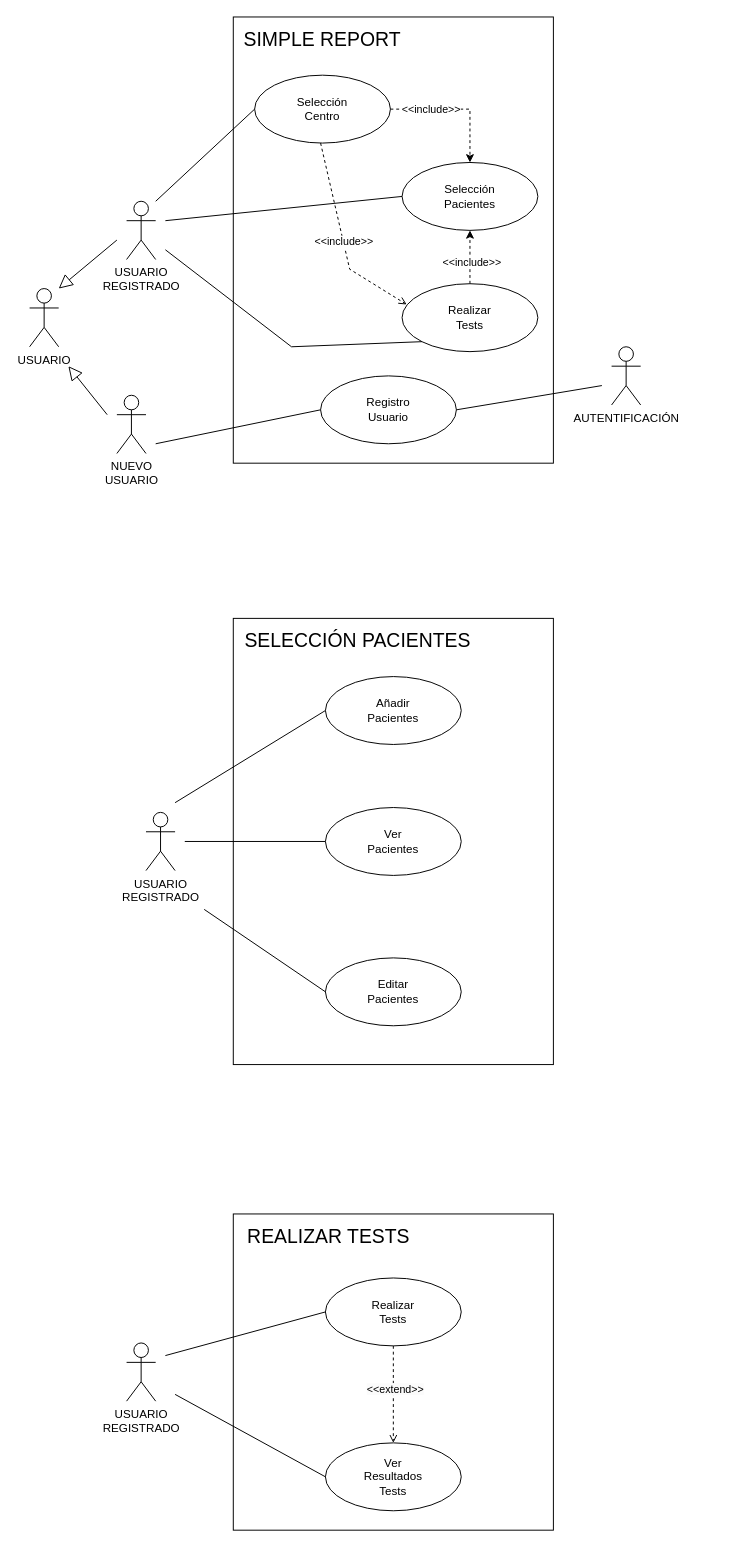
Earlier version of the draw.io diagram page "Página-1" (1 of 2) of Vista de Escenarios.drawio (pardo-13/AISS-Proyecto-Arquitectura). Source tidied: cells renumbered, new cells numbered last; positions are measured from the earlier drawing's top-left corner, leaving out a move shared by most shapes. Both pictures are drawn from the tidied source at 97%, with x=0, y=0 at pixel (29, 16).
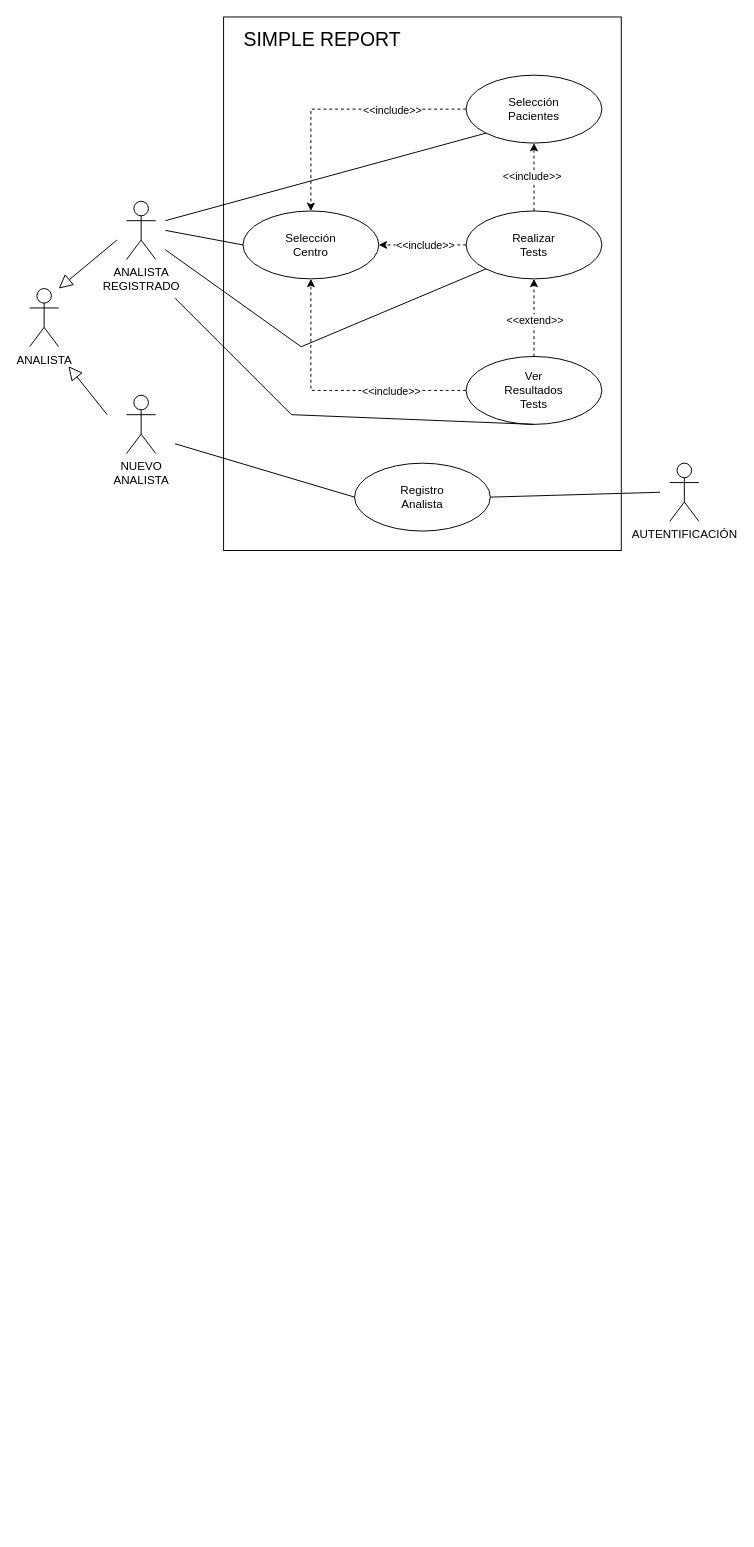
Above is the later version.

Unchanged cells that the change refers to:
```xml
<mxCell id="15" style="edgeStyle=orthogonalEdgeStyle;rounded=0;jettySize=auto;html=1;entryX=0.5;entryY=1;entryDx=0;entryDy=0;dashed=1;" parent="1" edge="1" source="17" target="14">
  <mxGeometry relative="1" as="geometry" />
</mxCell>
```

Diff of the diagram source:
```diff
@@
-    <mxCell id="2" value="USUARIO" style="shape=umlActor;html=1;verticalLabelPosition=bottom;verticalAlign=top;align=center;" parent="1" vertex="1">
+    <mxCell id="2" value="ANALISTA" style="shape=umlActor;html=1;verticalLabelPosition=bottom;verticalAlign=top;align=center;" parent="1" vertex="1">
       <mxGeometry y="280" width="30" height="60" as="geometry" />
     </mxCell>
     <mxCell id="3" style="rounded=0;whiteSpace=wrap;html=1;" parent="1" vertex="1">
-      <mxGeometry x="210" width="330" height="460" as="geometry" />
+      <mxGeometry x="200" width="410" height="550" as="geometry" />
     </mxCell>
@@
-    <mxCell id="6" value="USUARIO&lt;div&gt;REGISTRADO&lt;/div&gt;" style="shape=umlActor;html=1;verticalLabelPosition=bottom;verticalAlign=top;align=center;" parent="1" vertex="1">
+    <mxCell id="6" value="ANALISTA&lt;div&gt;REGISTRADO&lt;/div&gt;" style="shape=umlActor;html=1;verticalLabelPosition=bottom;verticalAlign=top;align=center;" parent="1" vertex="1">
       <mxGeometry x="100" y="190" width="30" height="60" as="geometry" />
     </mxCell>
@@
-    <mxCell id="8" value="NUEVO&lt;div&gt;USUARIO&lt;/div&gt;" style="shape=umlActor;html=1;verticalLabelPosition=bottom;verticalAlign=top;align=center;" parent="1" vertex="1">
-      <mxGeometry x="90" y="390" width="30" height="60" as="geometry" />
+    <mxCell id="8" value="NUEVO&lt;div&gt;ANALISTA&lt;/div&gt;" style="shape=umlActor;html=1;verticalLabelPosition=bottom;verticalAlign=top;align=center;" parent="1" vertex="1">
+      <mxGeometry x="100" y="390" width="30" height="60" as="geometry" />
     </mxCell>
-    <mxCell id="9" value="Registro&lt;div&gt;Usuario&lt;/div&gt;" style="ellipse;whiteSpace=wrap;html=1;" parent="1" vertex="1">
-      <mxGeometry x="300" y="370" width="140" height="70" as="geometry" />
+    <mxCell id="9" value="Registro&lt;div&gt;Analista&lt;/div&gt;" style="ellipse;whiteSpace=wrap;html=1;" parent="1" vertex="1">
+      <mxGeometry x="335" y="460" width="140" height="70" as="geometry" />
     </mxCell>
     <mxCell id="10" style="edgeStyle=none;html=1;endArrow=none;verticalAlign=bottom;rounded=0;entryX=0;entryY=0.5;entryDx=0;entryDy=0;" parent="1" edge="1" target="9">
       <mxGeometry relative="1" as="geometry">
-        <mxPoint x="130" y="440" as="sourcePoint" />
+        <mxPoint x="150" y="440" as="sourcePoint" />
       </mxGeometry>
     </mxCell>
-    <mxCell id="11" style="edgeStyle=orthogonalEdgeStyle;rounded=0;jettySize=auto;html=1;exitX=1;exitY=0.5;exitDx=0;exitDy=0;entryX=0.5;entryY=0;entryDx=0;entryDy=0;dashed=1;" parent="1" edge="1" source="13" target="14">
-      <mxGeometry relative="1" as="geometry" />
-    </mxCell>
-    <mxCell id="12" value="&amp;lt;&amp;lt;include&amp;gt;&amp;gt;" style="edgeLabel;html=1;align=center;verticalAlign=middle;" parent="11" vertex="1">
-      <mxGeometry x="-0.12" y="1" relative="1" as="geometry">
-        <mxPoint x="-19" as="offset" />
-      </mxGeometry>
-    </mxCell>
     <mxCell id="13" value="Selección&lt;div&gt;Centro&lt;/div&gt;" style="ellipse;whiteSpace=wrap;html=1;" parent="1" vertex="1">
-      <mxGeometry x="232" y="60" width="140" height="70" as="geometry" />
+      <mxGeometry x="220" y="200" width="140" height="70" as="geometry" />
     </mxCell>
+    <mxCell id="43" style="edgeStyle=orthogonalEdgeStyle;rounded=0;jettySize=auto;html=1;entryX=0.5;entryY=0;entryDx=0;entryDy=0;dashed=1;" parent="1" edge="1" source="14" target="13">
+      <mxGeometry relative="1" as="geometry" />
+    </mxCell>
+    <mxCell id="44" value="&amp;lt;&amp;lt;include&amp;gt;&amp;gt;" style="edgeLabel;html=1;align=center;verticalAlign=middle;" parent="43" vertex="1">
+      <mxGeometry x="-0.37" y="1" relative="1" as="geometry">
+        <mxPoint x="6" as="offset" />
+      </mxGeometry>
+    </mxCell>
     <mxCell id="14" value="Selección&lt;div&gt;Pacientes&lt;/div&gt;" style="ellipse;whiteSpace=wrap;html=1;" parent="1" vertex="1">
-      <mxGeometry x="384" y="150" width="140" height="70" as="geometry" />
+      <mxGeometry x="450" y="60" width="140" height="70" as="geometry" />
     </mxCell>
+    <mxCell id="45" style="edgeStyle=orthogonalEdgeStyle;rounded=0;jettySize=auto;html=1;entryX=1;entryY=0.5;entryDx=0;entryDy=0;dashed=1;" parent="1" edge="1" source="17" target="13">
+      <mxGeometry relative="1" as="geometry" />
+    </mxCell>
+    <mxCell id="46" value="&amp;lt;&amp;lt;include&amp;gt;&amp;gt;" style="edgeLabel;html=1;align=center;verticalAlign=middle;" parent="45" vertex="1">
+      <mxGeometry x="-0.05" relative="1" as="geometry" />
+    </mxCell>
@@
-    <mxCell id="16" value="&amp;lt;&amp;lt;include&amp;gt;&amp;gt;" style="edgeLabel;html=1;align=center;verticalAlign=middle;" parent="15" vertex="1">
-      <mxGeometry x="-0.39" y="-1" relative="1" as="geometry">
-        <mxPoint y="-6" as="offset" />
-      </mxGeometry>
-    </mxCell>
+    <mxCell id="47" value="&amp;lt;&amp;lt;include&amp;gt;&amp;gt;" style="edgeLabel;html=1;align=center;verticalAlign=middle;" parent="15" vertex="1">
+      <mxGeometry x="0.03" y="3" relative="1" as="geometry" />
+    </mxCell>
     <mxCell id="17" value="Realizar&lt;div&gt;Tests&lt;/div&gt;" style="ellipse;whiteSpace=wrap;html=1;" parent="1" vertex="1">
-      <mxGeometry x="384" y="275" width="140" height="70" as="geometry" />
+      <mxGeometry x="450" y="200" width="140" height="70" as="geometry" />
     </mxCell>
     <mxCell id="18" style="edgeStyle=none;html=1;endArrow=none;verticalAlign=bottom;rounded=0;entryX=0;entryY=0.5;entryDx=0;entryDy=0;" parent="1" edge="1" target="13">
       <mxGeometry relative="1" as="geometry">
-        <mxPoint x="130" y="190" as="sourcePoint" />
+        <mxPoint x="140" y="220" as="sourcePoint" />
       </mxGeometry>
     </mxCell>
     <mxCell id="19" style="edgeStyle=none;html=1;endArrow=none;verticalAlign=bottom;rounded=0;entryX=0;entryY=1;entryDx=0;entryDy=0;" parent="1" edge="1" target="17">
       <mxGeometry relative="1" as="geometry">
         <mxPoint x="140" y="240" as="sourcePoint" />
         <Array as="points">
-          <mxPoint x="270" y="340" />
+          <mxPoint x="280" y="340" />
         </Array>
       </mxGeometry>
     </mxCell>
     <mxCell id="20" value="AUTENTIFICACIÓN" style="shape=umlActor;html=1;verticalLabelPosition=bottom;verticalAlign=top;align=center;" parent="1" vertex="1">
-      <mxGeometry x="600" y="340" width="30" height="60" as="geometry" />
+      <mxGeometry x="660" y="460" width="30" height="60" as="geometry" />
     </mxCell>
     <mxCell id="21" style="edgeStyle=none;html=1;endArrow=none;verticalAlign=bottom;rounded=0;exitX=1;exitY=0.5;exitDx=0;exitDy=0;" parent="1" edge="1" source="9">
       <mxGeometry relative="1" as="geometry">
-        <mxPoint x="590" y="380" as="targetPoint" />
+        <mxPoint x="650" y="490" as="targetPoint" />
       </mxGeometry>
     </mxCell>
-    <mxCell id="22" style="edgeStyle=none;html=1;endArrow=none;verticalAlign=bottom;rounded=0;entryX=0;entryY=0.5;entryDx=0;entryDy=0;" parent="1" edge="1" target="14">
+    <mxCell id="22" style="edgeStyle=none;html=1;endArrow=none;verticalAlign=bottom;rounded=0;entryX=0;entryY=1;entryDx=0;entryDy=0;" parent="1" edge="1" target="14">
       <mxGeometry relative="1" as="geometry">
         <mxPoint x="140" y="210" as="sourcePoint" />
       </mxGeometry>
     </mxCell>
-    <mxCell id="23" style="edgeStyle=none;html=1;endArrow=open;verticalAlign=bottom;dashed=1;labelBackgroundColor=none;rounded=0;entryX=0.034;entryY=0.306;entryDx=0;entryDy=0;entryPerimeter=0;" parent="1" edge="1" target="17">
-      <mxGeometry relative="1" as="geometry">
-        <mxPoint x="300" y="130" as="sourcePoint" />
-        <Array as="points">
-          <mxPoint x="330" y="260" />
-        </Array>
-      </mxGeometry>
-    </mxCell>
-    <mxCell id="24" value="&amp;lt;&amp;lt;include&amp;gt;&amp;gt;" style="edgeLabel;html=1;align=center;verticalAlign=middle;" parent="23" vertex="1">
-      <mxGeometry x="0.06" y="1" relative="1" as="geometry">
-        <mxPoint x="-2" y="-3" as="offset" />
-      </mxGeometry>
-    </mxCell>
-    <mxCell id="25" style="rounded=0;whiteSpace=wrap;html=1;" parent="1" vertex="1">
-      <mxGeometry x="210" y="620" width="330" height="460" as="geometry" />
-    </mxCell>
-    <mxCell id="26" value="&lt;font style=&quot;font-size: 20px;&quot;&gt;SELECCIÓN PACIENTES&lt;/font&gt;" style="text;html=1;align=center;verticalAlign=middle;whiteSpace=wrap;rounded=0;" parent="1" vertex="1">
-      <mxGeometry x="187" y="627" width="303" height="30" as="geometry" />
-    </mxCell>
-    <mxCell id="27" value="USUARIO&lt;div&gt;REGISTRADO&lt;/div&gt;" style="shape=umlActor;html=1;verticalLabelPosition=bottom;verticalAlign=top;align=center;" parent="1" vertex="1">
-      <mxGeometry x="120" y="820" width="30" height="60" as="geometry" />
-    </mxCell>
-    <mxCell id="28" value="Ver&lt;div&gt;Pacientes&lt;/div&gt;" style="ellipse;whiteSpace=wrap;html=1;" parent="1" vertex="1">
-      <mxGeometry x="305" y="815" width="140" height="70" as="geometry" />
-    </mxCell>
-    <mxCell id="29" value="Añadir&lt;div&gt;Pacientes&lt;/div&gt;" style="ellipse;whiteSpace=wrap;html=1;" parent="1" vertex="1">
-      <mxGeometry x="305" y="680" width="140" height="70" as="geometry" />
-    </mxCell>
-    <mxCell id="30" value="Editar&lt;div&gt;Pacientes&lt;/div&gt;" style="ellipse;whiteSpace=wrap;html=1;" parent="1" vertex="1">
-      <mxGeometry x="305" y="970" width="140" height="70" as="geometry" />
-    </mxCell>
-    <mxCell id="31" style="edgeStyle=none;html=1;endArrow=none;verticalAlign=bottom;rounded=0;entryX=0;entryY=0.5;entryDx=0;entryDy=0;" parent="1" edge="1" target="29">
-      <mxGeometry relative="1" as="geometry">
-        <mxPoint x="150" y="810" as="sourcePoint" />
-      </mxGeometry>
-    </mxCell>
-    <mxCell id="32" style="edgeStyle=none;html=1;endArrow=none;verticalAlign=bottom;rounded=0;entryX=0;entryY=0.5;entryDx=0;entryDy=0;" parent="1" edge="1" target="28">
-      <mxGeometry relative="1" as="geometry">
-        <mxPoint x="160" y="850" as="sourcePoint" />
-      </mxGeometry>
-    </mxCell>
-    <mxCell id="33" style="edgeStyle=none;html=1;endArrow=none;verticalAlign=bottom;rounded=0;entryX=0;entryY=0.5;entryDx=0;entryDy=0;" parent="1" edge="1" target="30">
-      <mxGeometry relative="1" as="geometry">
-        <mxPoint x="180" y="920" as="sourcePoint" />
-      </mxGeometry>
-    </mxCell>
-    <mxCell id="34" style="rounded=0;whiteSpace=wrap;html=1;" parent="1" vertex="1">
-      <mxGeometry x="210" y="1234" width="330" height="326" as="geometry" />
-    </mxCell>
-    <mxCell id="35" value="&lt;font style=&quot;font-size: 20px;&quot;&gt;REALIZAR TESTS&lt;/font&gt;" style="text;html=1;align=center;verticalAlign=middle;whiteSpace=wrap;rounded=0;" parent="1" vertex="1">
-      <mxGeometry x="187" y="1241" width="243" height="30" as="geometry" />
-    </mxCell>
-    <mxCell id="36" value="USUARIO&lt;div&gt;REGISTRADO&lt;/div&gt;" style="shape=umlActor;html=1;verticalLabelPosition=bottom;verticalAlign=top;align=center;" parent="1" vertex="1">
-      <mxGeometry x="100" y="1367" width="30" height="60" as="geometry" />
-    </mxCell>
-    <mxCell id="37" value="Realizar&lt;div&gt;Tests&lt;/div&gt;" style="ellipse;whiteSpace=wrap;html=1;" parent="1" vertex="1">
-      <mxGeometry x="305" y="1300" width="140" height="70" as="geometry" />
-    </mxCell>
+    <mxCell id="48" style="edgeStyle=orthogonalEdgeStyle;rounded=0;jettySize=auto;html=1;dashed=1;" parent="1" edge="1" source="38" target="17">
+      <mxGeometry relative="1" as="geometry" />
+    </mxCell>
+    <mxCell id="42" value="&amp;lt;&amp;lt;extend&amp;gt;&amp;gt;" style="edgeLabel;html=1;align=center;verticalAlign=middle;" parent="48" vertex="1">
+      <mxGeometry x="-0.04" relative="1" as="geometry" />
+    </mxCell>
+    <mxCell id="49" style="edgeStyle=orthogonalEdgeStyle;rounded=0;jettySize=auto;html=1;exitX=0;exitY=0.5;exitDx=0;exitDy=0;entryX=0.5;entryY=1;entryDx=0;entryDy=0;dashed=1;" parent="1" edge="1" source="38" target="13">
+      <mxGeometry relative="1" as="geometry" />
+    </mxCell>
+    <mxCell id="50" value="&amp;lt;&amp;lt;include&amp;gt;&amp;gt;" style="edgeLabel;html=1;align=center;verticalAlign=middle;" parent="49" vertex="1">
+      <mxGeometry x="-0.18" y="4" relative="1" as="geometry">
+        <mxPoint x="35" y="-4" as="offset" />
+      </mxGeometry>
+    </mxCell>
-    <mxCell id="38" value="Ver&lt;br&gt;Resultados&lt;div&gt;Tests&lt;/div&gt;" style="ellipse;whiteSpace=wrap;html=1;" parent="1" vertex="1">
-      <mxGeometry x="305" y="1470" width="140" height="70" as="geometry" />
+    <mxCell id="38" value="Ver&lt;div&gt;Resultados&lt;/div&gt;&lt;div&gt;Tests&lt;/div&gt;" style="ellipse;whiteSpace=wrap;html=1;" parent="1" vertex="1">
+      <mxGeometry x="450" y="350" width="140" height="70" as="geometry" />
     </mxCell>
-    <mxCell id="39" style="edgeStyle=none;html=1;endArrow=none;verticalAlign=bottom;rounded=0;entryX=0;entryY=0.5;entryDx=0;entryDy=0;" parent="1" edge="1" target="37">
-      <mxGeometry relative="1" as="geometry">
-        <mxPoint x="140" y="1380" as="sourcePoint" />
-      </mxGeometry>
-    </mxCell>
-    <mxCell id="40" style="edgeStyle=none;html=1;endArrow=none;verticalAlign=bottom;rounded=0;entryX=0;entryY=0.5;entryDx=0;entryDy=0;" parent="1" edge="1" target="38">
-      <mxGeometry relative="1" as="geometry">
-        <mxPoint x="150" y="1420" as="sourcePoint" />
-      </mxGeometry>
-    </mxCell>
-    <mxCell id="41" style="edgeStyle=none;html=1;endArrow=open;verticalAlign=bottom;dashed=1;labelBackgroundColor=none;rounded=0;exitX=0.5;exitY=1;exitDx=0;exitDy=0;entryX=0.5;entryY=0;entryDx=0;entryDy=0;" parent="1" edge="1" source="37" target="38">
-      <mxGeometry relative="1" as="geometry" />
-    </mxCell>
-    <mxCell id="42" value="&lt;span style=&quot;background-color: rgb(251, 251, 251);&quot;&gt;&amp;lt;&amp;lt;extend&amp;gt;&amp;gt;&lt;/span&gt;" style="edgeLabel;html=1;align=center;verticalAlign=middle;" parent="41" vertex="1">
-      <mxGeometry x="-0.12" y="1" relative="1" as="geometry" />
-    </mxCell>
+    <mxCell id="51" style="edgeStyle=none;html=1;endArrow=none;verticalAlign=bottom;rounded=0;entryX=0.5;entryY=1;entryDx=0;entryDy=0;" parent="1" edge="1" target="38">
+      <mxGeometry relative="1" as="geometry">
+        <mxPoint x="150" y="290" as="sourcePoint" />
+        <Array as="points">
+          <mxPoint x="270" y="410" />
+        </Array>
+      </mxGeometry>
+    </mxCell>
```
